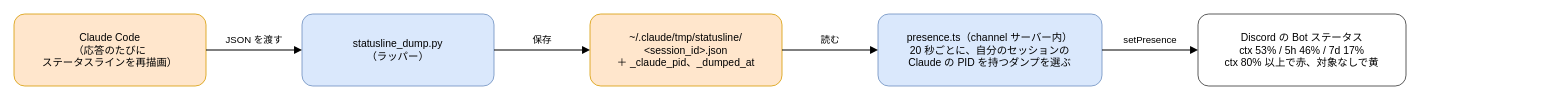
Earlier version of the draw.io diagram docs/diagrams/presence.drawio (ryuki-imachi/claude-code-discord-bot). Source tidied: cells renumbered, new cells numbered last; positions are measured from the earlier drawing's top-left corner, leaving out a move shared by most shapes. Both pictures are drawn from the tidied source at 80%, with x=0, y=0 at pixel (14, 14).
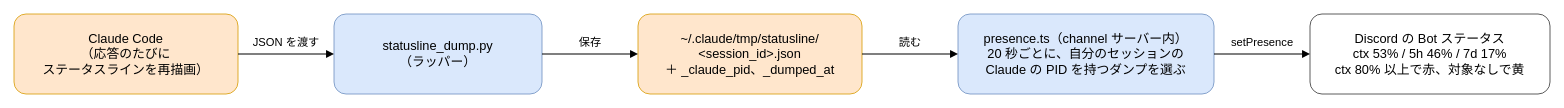
After the change.

Change to the diagram source:
```diff
@@
 <mxGraphModel>
   <root>
     <mxCell id="0" />
     <mxCell id="1" parent="0" />
-    <mxCell id="2" value="Claude Code&lt;br&gt;（応答のたびに&lt;br&gt;ステータスラインを再描画）" style="rounded=1;whiteSpace=wrap;html=1;fillColor=#FFE6CC;strokeColor=#D79B00;fontSize=13;" parent="1" vertex="1">
-      <mxGeometry width="240" height="90" as="geometry" />
+    <mxCell id="2" value="Claude Code&lt;br&gt;（応答のたびに&lt;br&gt;ステータスラインを再描画）" style="rounded=1;whiteSpace=wrap;html=1;fillColor=#FFE6CC;strokeColor=#D79B00;fontSize=16;" parent="1" vertex="1">
+      <mxGeometry width="280" height="100" as="geometry" />
     </mxCell>
-    <mxCell id="3" value="statusline_dump.py&lt;br&gt;（ラッパー）" style="rounded=1;whiteSpace=wrap;html=1;fillColor=#DAE8FC;strokeColor=#6C8EBF;fontSize=13;" parent="1" vertex="1">
-      <mxGeometry x="360" width="240" height="90" as="geometry" />
+    <mxCell id="3" value="statusline_dump.py&lt;br&gt;（ラッパー）" style="rounded=1;whiteSpace=wrap;html=1;fillColor=#DAE8FC;strokeColor=#6C8EBF;fontSize=16;" parent="1" vertex="1">
+      <mxGeometry x="400" width="260" height="100" as="geometry" />
     </mxCell>
-    <mxCell id="4" value="~/.claude/tmp/statusline/&lt;br&gt;&amp;lt;session_id&amp;gt;.json&lt;br&gt;＋ _claude_pid、_dumped_at" style="rounded=1;whiteSpace=wrap;html=1;fillColor=#FFE6CC;strokeColor=#D79B00;fontSize=13;" parent="1" vertex="1">
-      <mxGeometry x="720" width="240" height="90" as="geometry" />
+    <mxCell id="4" value="~/.claude/tmp/statusline/&lt;br&gt;&amp;lt;session_id&amp;gt;.json&lt;br&gt;＋ _claude_pid、_dumped_at" style="rounded=1;whiteSpace=wrap;html=1;fillColor=#FFE6CC;strokeColor=#D79B00;fontSize=16;" parent="1" vertex="1">
+      <mxGeometry x="780" width="280" height="100" as="geometry" />
     </mxCell>
-    <mxCell id="5" value="presence.ts（channel サーバー内）&lt;br&gt;20 秒ごとに、自分のセッションの&lt;br&gt;Claude の PID を持つダンプを選ぶ" style="rounded=1;whiteSpace=wrap;html=1;fillColor=#DAE8FC;strokeColor=#6C8EBF;fontSize=13;" parent="1" vertex="1">
-      <mxGeometry x="1080" width="280" height="90" as="geometry" />
+    <mxCell id="5" value="presence.ts（channel サーバー内）&lt;br&gt;20 秒ごとに、自分のセッションの&lt;br&gt;Claude の PID を持つダンプを選ぶ" style="rounded=1;whiteSpace=wrap;html=1;fillColor=#DAE8FC;strokeColor=#6C8EBF;fontSize=16;" parent="1" vertex="1">
+      <mxGeometry x="1180" width="320" height="100" as="geometry" />
     </mxCell>
-    <mxCell id="6" value="Discord の Bot ステータス&lt;br&gt;ctx 53% / 5h 46% / 7d 17%&lt;br&gt;ctx 80% 以上で赤、対象なしで黄" style="rounded=1;whiteSpace=wrap;html=1;fillColor=#FFFFFF;strokeColor=#333333;fontSize=13;" parent="1" vertex="1">
-      <mxGeometry x="1480" width="260" height="90" as="geometry" />
+    <mxCell id="6" value="Discord の Bot ステータス&lt;br&gt;ctx 53% / 5h 46% / 7d 17%&lt;br&gt;ctx 80% 以上で赤、対象なしで黄" style="rounded=1;whiteSpace=wrap;html=1;fillColor=#FFFFFF;strokeColor=#333333;fontSize=16;" parent="1" vertex="1">
+      <mxGeometry x="1620" width="300" height="100" as="geometry" />
     </mxCell>
-    <mxCell id="7" value="JSON を渡す" style="edgeStyle=orthogonalEdgeStyle;rounded=0;html=1;fontSize=12;endArrow=block;endFill=1;strokeWidth=1.5;" parent="1" edge="1" source="2" target="3">
+    <mxCell id="7" value="JSON を渡す" style="edgeStyle=orthogonalEdgeStyle;rounded=0;html=1;fontSize=14;endArrow=block;endFill=1;strokeWidth=1.5;" parent="1" edge="1" source="2" target="3">
       <mxGeometry relative="1" as="geometry">
-        <mxPoint y="-12" as="offset" />
+        <mxPoint y="-14" as="offset" />
       </mxGeometry>
     </mxCell>
-    <mxCell id="8" value="保存" style="edgeStyle=orthogonalEdgeStyle;rounded=0;html=1;fontSize=12;endArrow=block;endFill=1;strokeWidth=1.5;" parent="1" edge="1" source="3" target="4">
+    <mxCell id="8" value="保存" style="edgeStyle=orthogonalEdgeStyle;rounded=0;html=1;fontSize=14;endArrow=block;endFill=1;strokeWidth=1.5;" parent="1" edge="1" source="3" target="4">
       <mxGeometry relative="1" as="geometry">
-        <mxPoint y="-12" as="offset" />
+        <mxPoint y="-14" as="offset" />
       </mxGeometry>
     </mxCell>
-    <mxCell id="9" value="読む" style="edgeStyle=orthogonalEdgeStyle;rounded=0;html=1;fontSize=12;endArrow=block;endFill=1;strokeWidth=1.5;" parent="1" edge="1" source="4" target="5">
+    <mxCell id="9" value="読む" style="edgeStyle=orthogonalEdgeStyle;rounded=0;html=1;fontSize=14;endArrow=block;endFill=1;strokeWidth=1.5;" parent="1" edge="1" source="4" target="5">
       <mxGeometry relative="1" as="geometry">
-        <mxPoint y="-12" as="offset" />
+        <mxPoint y="-14" as="offset" />
       </mxGeometry>
     </mxCell>
-    <mxCell id="10" value="setPresence" style="edgeStyle=orthogonalEdgeStyle;rounded=0;html=1;fontSize=12;endArrow=block;endFill=1;strokeWidth=1.5;" parent="1" edge="1" source="5" target="6">
+    <mxCell id="10" value="setPresence" style="edgeStyle=orthogonalEdgeStyle;rounded=0;html=1;fontSize=14;endArrow=block;endFill=1;strokeWidth=1.5;" parent="1" edge="1" source="5" target="6">
       <mxGeometry relative="1" as="geometry">
-        <mxPoint y="-12" as="offset" />
+        <mxPoint y="-14" as="offset" />
       </mxGeometry>
     </mxCell>
   </root>
 </mxGraphModel>
```
